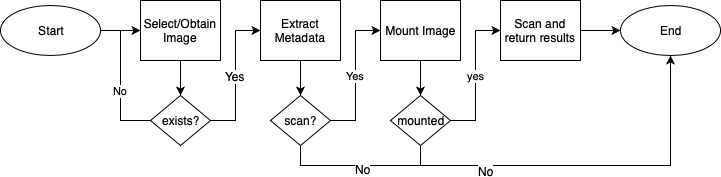
Before: gfx/examples/basic_workflow_scan.png, a diagram exported from draw.io (D4ywa1k3r/thesis). Source tidied: cells renumbered, new cells last; positions are measured from the earlier drawing's top-left corner, leaving out a move shared by most shapes.
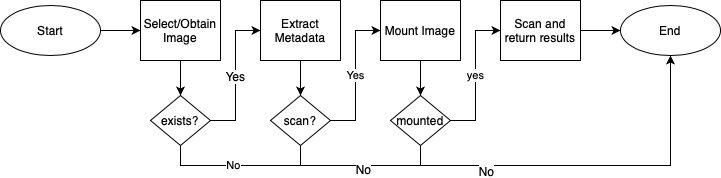
Above is the later version.

Commit message:
analysing functions removed, workflow adapted, implementation improved

The edit, as a diff of the source:
```diff
@@ -14,9 +14,13 @@
     <mxCell id="5" value="Select/Obtain Image" style="rounded=0;whiteSpace=wrap;html=1;" parent="1" vertex="1">
       <mxGeometry x="140" width="80" height="60" as="geometry" />
     </mxCell>
-    <mxCell id="6" value="No" style="edgeStyle=orthogonalEdgeStyle;rounded=0;jettySize=auto;html=1;exitX=0;exitY=0.5;exitDx=0;exitDy=0;endArrow=none;endFill=0;" parent="1" edge="1" source="9">
+    <mxCell id="6" value="No" style="edgeStyle=orthogonalEdgeStyle;rounded=0;jettySize=auto;html=1;exitX=0.5;exitY=1;exitDx=0;exitDy=0;endArrow=none;endFill=0;" parent="1" edge="1" source="9">
       <mxGeometry relative="1" as="geometry">
-        <mxPoint x="120" y="30" as="targetPoint" />
+        <mxPoint x="300" y="160" as="targetPoint" />
+        <Array as="points">
+          <mxPoint x="180" y="165" />
+          <mxPoint x="300" y="165" />
+        </Array>
       </mxGeometry>
     </mxCell>
     <mxCell id="7" style="edgeStyle=orthogonalEdgeStyle;rounded=0;jettySize=auto;html=1;exitX=1;exitY=0.5;exitDx=0;exitDy=0;entryX=0;entryY=0.5;entryDx=0;entryDy=0;" parent="1" edge="1" source="9" target="11">
```
